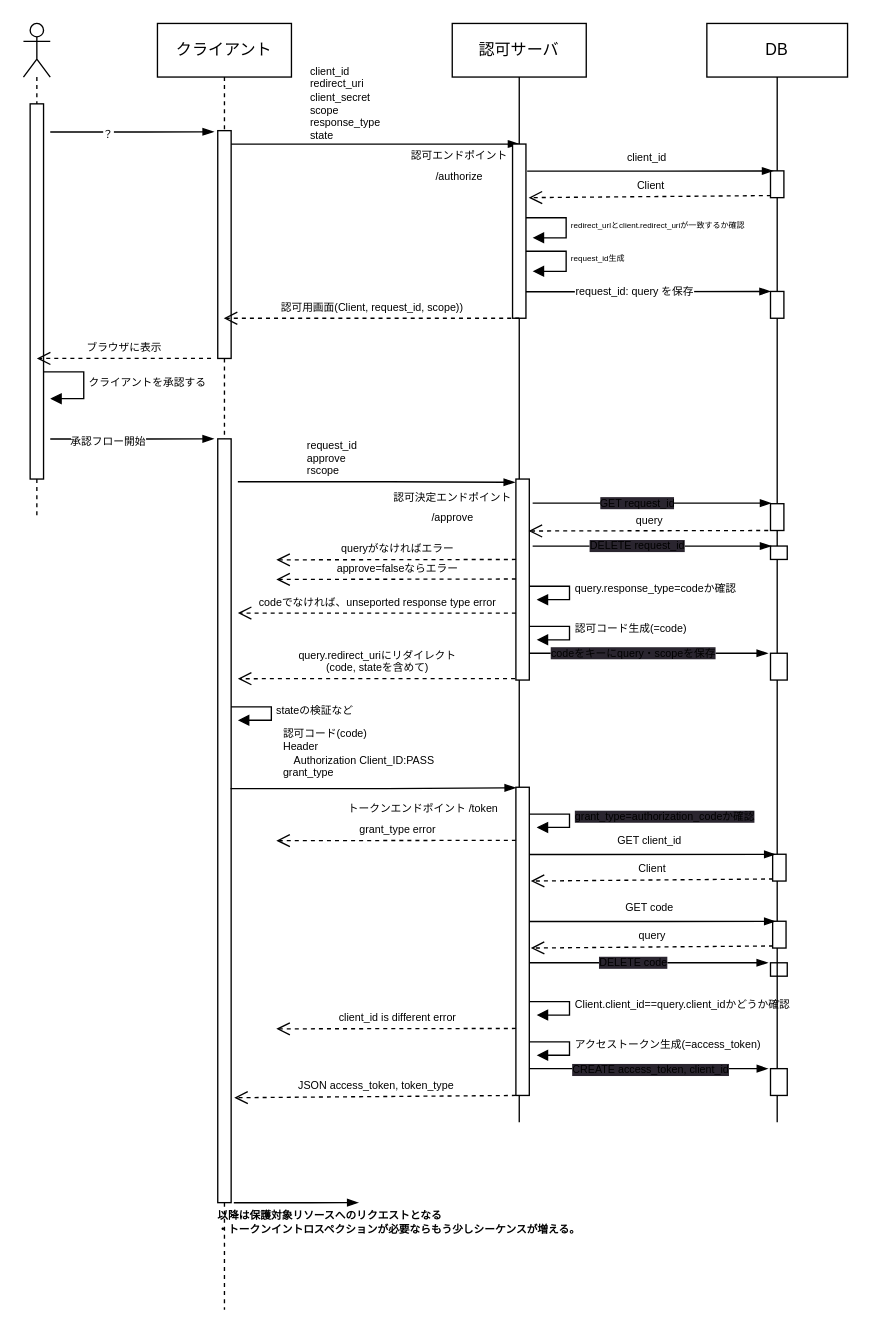
KEN3pei/oauth-hands-on keeps this draw.io diagram as Authorization_Code_Flow(authorize_server).drawio. Above is the earlier version. Source tidied: cells renumbered, new cells numbered last; positions are measured from the earlier drawing's top-left corner, leaving out a move shared by most shapes. Both pictures are drawn from the tidied source at 134%, with x=0, y=0 at pixel (23, 23).
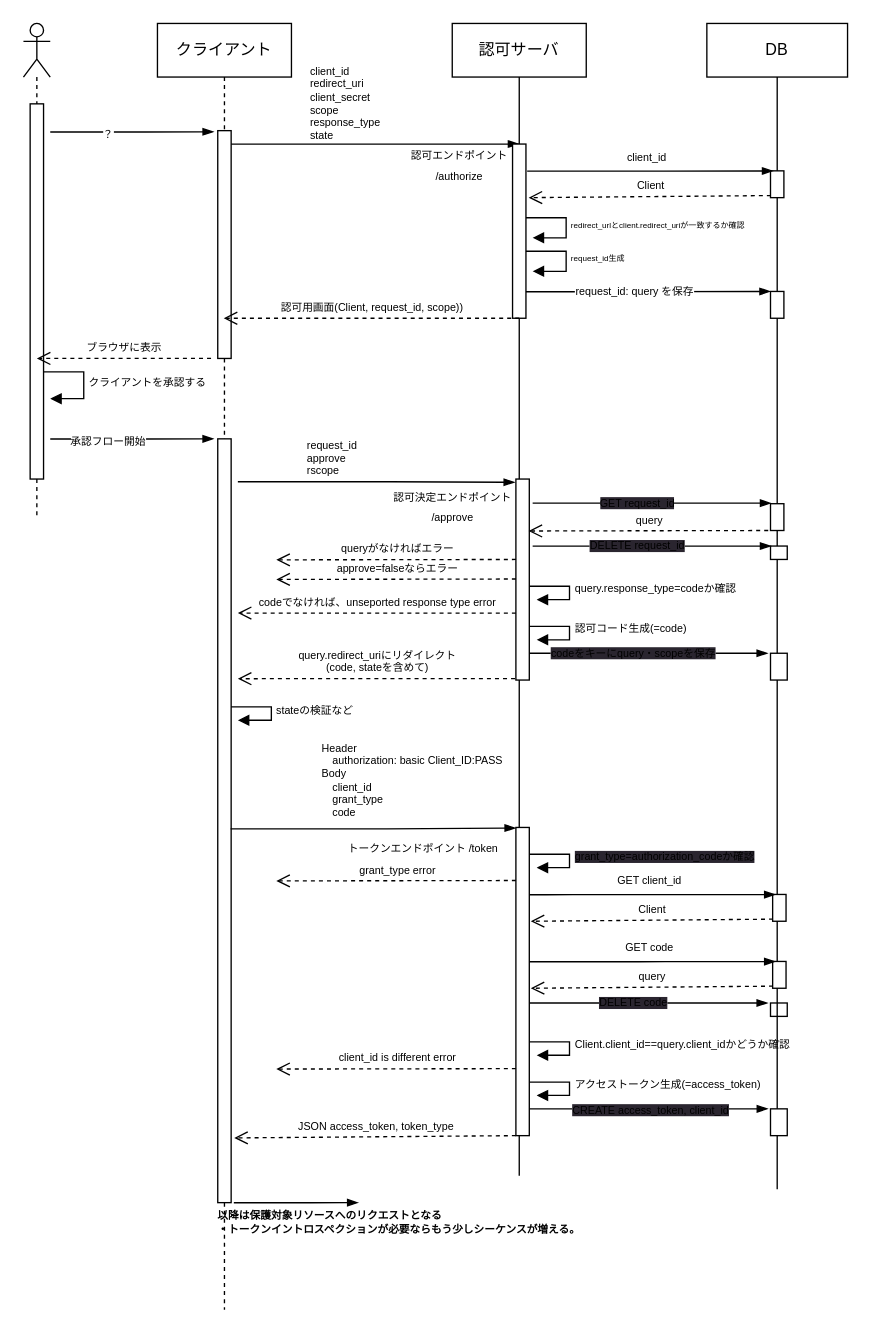
After the change.

Commit message (it also covers changes not shown here):
認可コードフローの図を追加・整理

Unchanged cells that the change refers to:
```xml
<mxCell id="5" style="html=1;points=[];perimeter=orthogonalPerimeter;" parent="2" vertex="1">
  <mxGeometry x="45" y="310" width="10" height="570" as="geometry" />
</mxCell>
```

What changed in the source:
```diff
@@
     <mxCell id="7" value="認可サーバ" style="shape=umlLifeline;perimeter=lifelinePerimeter;whiteSpace=wrap;html=1;lifelineDashed=0;" parent="1" vertex="1">
-      <mxGeometry x="320" width="100" height="820" as="geometry" />
+      <mxGeometry x="320" width="100" height="860" as="geometry" />
     </mxCell>
@@
     <mxCell id="17" value="Client.client_id==query.client_idかどうか確認" style="edgeStyle=orthogonalEdgeStyle;html=1;align=left;spacingLeft=2;endArrow=block;rounded=0;fontSize=8;" parent="7" edge="1">
       <mxGeometry relative="1" as="geometry">
-        <mxPoint x="57.5" y="730" as="sourcePoint" />
-        <mxPoint x="63" y="740" as="targetPoint" />
+        <mxPoint x="57.5" y="760" as="sourcePoint" />
+        <mxPoint x="63" y="770" as="targetPoint" />
         <Array as="points">
-          <mxPoint x="87.5" y="730" />
+          <mxPoint x="87.5" y="760" />
         </Array>
       </mxGeometry>
     </mxCell>
@@
     <mxCell id="23" value="&lt;span style=&quot;background-color: rgb(42, 37, 47);&quot;&gt;grant_type=authorization_codeか確認&lt;/span&gt;" style="edgeStyle=orthogonalEdgeStyle;html=1;align=left;spacingLeft=2;endArrow=block;rounded=0;fontSize=8;" parent="7" edge="1">
       <mxGeometry relative="1" as="geometry">
-        <mxPoint x="57.5" y="590" as="sourcePoint" />
-        <mxPoint x="63" y="600" as="targetPoint" />
+        <mxPoint x="57.5" y="620" as="sourcePoint" />
+        <mxPoint x="63" y="630" as="targetPoint" />
         <Array as="points">
-          <mxPoint x="87.5" y="590" />
+          <mxPoint x="87.5" y="620" />
         </Array>
       </mxGeometry>
     </mxCell>
     <mxCell id="24" value="アクセストークン生成(=access_token)" style="edgeStyle=orthogonalEdgeStyle;html=1;align=left;spacingLeft=2;endArrow=block;rounded=0;fontSize=8;" parent="7" edge="1">
       <mxGeometry relative="1" as="geometry">
-        <mxPoint x="57.5" y="760" as="sourcePoint" />
-        <mxPoint x="63" y="770" as="targetPoint" />
+        <mxPoint x="57.5" y="790" as="sourcePoint" />
+        <mxPoint x="63" y="800" as="targetPoint" />
         <Array as="points">
-          <mxPoint x="87.5" y="760" />
+          <mxPoint x="87.5" y="790" />
         </Array>
       </mxGeometry>
     </mxCell>
     <mxCell id="25" style="edgeStyle=elbowEdgeStyle;fontSize=12;html=1;endArrow=blockThin;endFill=1;entryX=0.212;entryY=0.005;entryDx=0;entryDy=0;entryPerimeter=0;" parent="7" edge="1">
       <mxGeometry relative="1" as="geometry">
-        <mxPoint x="57.5" y="701" as="sourcePoint" />
-        <mxPoint x="235.6" y="701" as="targetPoint" />
+        <mxPoint x="57.5" y="731" as="sourcePoint" />
+        <mxPoint x="235.6" y="731" as="targetPoint" />
       </mxGeometry>
     </mxCell>
@@
     <mxCell id="27" style="html=1;perimeter=orthogonalPerimeter;" parent="7" vertex="1">
-      <mxGeometry x="237.5" y="701" width="12.5" height="10" as="geometry" />
+      <mxGeometry x="237.5" y="731" width="12.5" height="10" as="geometry" />
     </mxCell>
     <mxCell id="28" value="client_id is different error" style="html=1;verticalAlign=bottom;endArrow=open;dashed=1;endSize=8;fontSize=8;exitX=0.03;exitY=0.922;exitDx=0;exitDy=0;exitPerimeter=0;entryX=1.018;entryY=0.969;entryDx=0;entryDy=0;entryPerimeter=0;" parent="7" edge="1">
       <mxGeometry relative="1" as="geometry">
-        <mxPoint x="47.5" y="750" as="sourcePoint" />
-        <mxPoint x="-131.3" y="750.3" as="targetPoint" />
+        <mxPoint x="47.5" y="780" as="sourcePoint" />
+        <mxPoint x="-131.3" y="780.3" as="targetPoint" />
       </mxGeometry>
     </mxCell>
@@
     <mxCell id="31" value="DB" style="shape=umlLifeline;perimeter=lifelinePerimeter;whiteSpace=wrap;html=1;lifelineDashed=0;" parent="1" vertex="1">
-      <mxGeometry x="510" width="105" height="820" as="geometry" />
+      <mxGeometry x="510" width="105" height="870" as="geometry" />
     </mxCell>
@@
     <mxCell id="37" style="html=1;perimeter=orthogonalPerimeter;" parent="31" vertex="1">
-      <mxGeometry x="47.5" y="780" width="12.5" height="20" as="geometry" />
+      <mxGeometry x="47.5" y="810" width="12.5" height="20" as="geometry" />
     </mxCell>
@@
     <mxCell id="57" style="html=1;perimeter=orthogonalPerimeter;" parent="1" vertex="1">
-      <mxGeometry x="367.5" y="570" width="10" height="230" as="geometry" />
+      <mxGeometry x="367.5" y="600" width="10" height="230" as="geometry" />
     </mxCell>
-    <mxCell id="58" style="edgeStyle=elbowEdgeStyle;fontSize=12;html=1;endArrow=blockThin;endFill=1;entryX=-0.068;entryY=0.016;entryDx=0;entryDy=0;entryPerimeter=0;exitX=0.956;exitY=0.458;exitDx=0;exitDy=0;exitPerimeter=0;" parent="1" edge="1" source="5">
+    <mxCell id="58" style="edgeStyle=elbowEdgeStyle;fontSize=12;html=1;endArrow=blockThin;endFill=1;entryX=-0.068;entryY=0.016;entryDx=0;entryDy=0;entryPerimeter=0;exitX=0.956;exitY=0.458;exitDx=0;exitDy=0;exitPerimeter=0;" parent="1" edge="1">
       <mxGeometry relative="1" as="geometry">
-        <mxPoint x="367.5" y="570.4" as="targetPoint" />
+        <mxPoint x="154.6" y="601.1" as="sourcePoint" />
+        <mxPoint x="367.5" y="600.4" as="targetPoint" />
       </mxGeometry>
     </mxCell>
-    <mxCell id="59" value="&lt;div style=&quot;text-align: left;&quot;&gt;&lt;span style=&quot;background-color: initial;&quot;&gt;認可コード(code)&lt;/span&gt;&lt;/div&gt;&lt;div style=&quot;text-align: left;&quot;&gt;&lt;span style=&quot;background-color: initial;&quot;&gt;Header&lt;/span&gt;&lt;/div&gt;&lt;div style=&quot;text-align: left;&quot;&gt;&lt;span style=&quot;background-color: initial;&quot;&gt;　Authorization Client_ID:PASS&lt;/span&gt;&lt;/div&gt;&lt;div style=&quot;text-align: left;&quot;&gt;&lt;span style=&quot;background-color: initial;&quot;&gt;grant_type&lt;/span&gt;&lt;/div&gt;" style="text;html=1;align=center;verticalAlign=middle;strokeColor=none;fillColor=none;fontSize=8;" parent="1" vertex="1">
-      <mxGeometry x="180" y="520" width="140" height="50" as="geometry" />
+    <mxCell id="59" value="&lt;div style=&quot;text-align: left;&quot;&gt;&lt;span style=&quot;background-color: initial;&quot;&gt;Header&lt;/span&gt;&lt;br&gt;&lt;/div&gt;&lt;div style=&quot;text-align: left;&quot;&gt;&lt;span style=&quot;background-color: initial;&quot;&gt;　authorization: basic Client_ID:PASS&lt;/span&gt;&lt;/div&gt;&lt;div style=&quot;text-align: left;&quot;&gt;&lt;span style=&quot;background-color: initial;&quot;&gt;Body&lt;/span&gt;&lt;/div&gt;&lt;div style=&quot;text-align: left;&quot;&gt;　client_id&lt;/div&gt;&lt;div style=&quot;text-align: left;&quot;&gt;&lt;span style=&quot;background-color: initial;&quot;&gt;　grant_type&lt;/span&gt;&lt;/div&gt;&lt;div style=&quot;text-align: left;&quot;&gt;　code&lt;span style=&quot;background-color: initial;&quot;&gt;&lt;br&gt;&lt;/span&gt;&lt;/div&gt;" style="text;html=1;align=center;verticalAlign=middle;strokeColor=none;fillColor=none;fontSize=8;" parent="1" vertex="1">
+      <mxGeometry x="210" y="530" width="160" height="70" as="geometry" />
     </mxCell>
     <mxCell id="60" value="&lt;font style=&quot;font-size: 8px;&quot;&gt;トークンエンドポイント /token&lt;br&gt;&lt;/font&gt;" style="text;html=1;align=center;verticalAlign=middle;strokeColor=none;fillColor=none;" parent="1" vertex="1">
-      <mxGeometry x="227.5" y="570" width="140" height="30" as="geometry" />
+      <mxGeometry x="227.5" y="600" width="140" height="30" as="geometry" />
     </mxCell>
     <mxCell id="61" style="html=1;points=[];perimeter=orthogonalPerimeter;" parent="1" vertex="1">
-      <mxGeometry x="559.1" y="620" width="10" height="20" as="geometry" />
+      <mxGeometry x="559.1" y="650" width="10" height="20" as="geometry" />
     </mxCell>
     <mxCell id="62" style="edgeStyle=elbowEdgeStyle;fontSize=12;html=1;endArrow=blockThin;endFill=1;entryX=0.212;entryY=0.005;entryDx=0;entryDy=0;entryPerimeter=0;exitX=1.009;exitY=0.63;exitDx=0;exitDy=0;exitPerimeter=0;" parent="1" edge="1" target="61">
       <mxGeometry relative="1" as="geometry">
-        <mxPoint x="377.5" y="620.2" as="sourcePoint" />
+        <mxPoint x="377.5" y="650.2" as="sourcePoint" />
         <Array as="points">
-          <mxPoint x="400" y="580" />
+          <mxPoint x="400" y="610" />
         </Array>
       </mxGeometry>
     </mxCell>
     <mxCell id="63" value="GET client_id" style="text;html=1;align=center;verticalAlign=middle;strokeColor=none;fillColor=none;fontSize=8;" parent="1" vertex="1">
-      <mxGeometry x="431.6" y="600" width="70" height="20" as="geometry" />
+      <mxGeometry x="431.6" y="630" width="70" height="20" as="geometry" />
     </mxCell>
     <mxCell id="64" value="Client" style="html=1;verticalAlign=bottom;endArrow=open;dashed=1;endSize=8;fontSize=8;exitX=0.03;exitY=0.922;exitDx=0;exitDy=0;exitPerimeter=0;" parent="1" edge="1" source="61">
       <mxGeometry relative="1" as="geometry">
-        <mxPoint x="378.6" y="640" as="targetPoint" />
+        <mxPoint x="378.6" y="670" as="targetPoint" />
       </mxGeometry>
     </mxCell>
     <mxCell id="65" style="html=1;points=[];perimeter=orthogonalPerimeter;" parent="1" vertex="1">
-      <mxGeometry x="559.1" y="670" width="10" height="20" as="geometry" />
+      <mxGeometry x="559.1" y="700" width="10" height="20" as="geometry" />
     </mxCell>
     <mxCell id="66" style="edgeStyle=elbowEdgeStyle;fontSize=12;html=1;endArrow=blockThin;endFill=1;entryX=0.212;entryY=0.005;entryDx=0;entryDy=0;entryPerimeter=0;exitX=1.009;exitY=0.63;exitDx=0;exitDy=0;exitPerimeter=0;" parent="1" edge="1" target="65">
       <mxGeometry relative="1" as="geometry">
-        <mxPoint x="377.5" y="670.2" as="sourcePoint" />
+        <mxPoint x="377.5" y="700.2" as="sourcePoint" />
       </mxGeometry>
     </mxCell>
     <mxCell id="67" value="GET code" style="text;html=1;align=center;verticalAlign=middle;strokeColor=none;fillColor=none;fontSize=8;" parent="1" vertex="1">
-      <mxGeometry x="436.6" y="650" width="60" height="20" as="geometry" />
+      <mxGeometry x="436.6" y="680" width="60" height="20" as="geometry" />
     </mxCell>
     <mxCell id="68" value="query" style="html=1;verticalAlign=bottom;endArrow=open;dashed=1;endSize=8;fontSize=8;exitX=0.03;exitY=0.922;exitDx=0;exitDy=0;exitPerimeter=0;" parent="1" edge="1" source="65">
       <mxGeometry relative="1" as="geometry">
-        <mxPoint x="378.6" y="690" as="targetPoint" />
+        <mxPoint x="378.6" y="720" as="targetPoint" />
       </mxGeometry>
     </mxCell>
     <mxCell id="69" style="edgeStyle=elbowEdgeStyle;fontSize=12;html=1;endArrow=blockThin;endFill=1;entryX=0.212;entryY=0.005;entryDx=0;entryDy=0;entryPerimeter=0;" parent="1" edge="1">
       <mxGeometry relative="1" as="geometry">
-        <mxPoint x="377.5" y="780" as="sourcePoint" />
-        <mxPoint x="555.7" y="780" as="targetPoint" />
+        <mxPoint x="377.5" y="810" as="sourcePoint" />
+        <mxPoint x="555.7" y="810" as="targetPoint" />
       </mxGeometry>
     </mxCell>
@@
     <mxCell id="71" value="JSON access_token, token_type" style="html=1;verticalAlign=bottom;endArrow=open;dashed=1;endSize=8;fontSize=8;exitX=-0.062;exitY=0.993;exitDx=0;exitDy=0;exitPerimeter=0;entryX=1.168;entryY=0.669;entryDx=0;entryDy=0;entryPerimeter=0;" parent="1" edge="1">
       <mxGeometry relative="1" as="geometry">
-        <mxPoint x="367.5" y="800" as="sourcePoint" />
-        <mxPoint x="157.3" y="801.7" as="targetPoint" />
+        <mxPoint x="367.5" y="830" as="sourcePoint" />
+        <mxPoint x="157.3" y="831.7" as="targetPoint" />
       </mxGeometry>
     </mxCell>
@@
     <mxCell id="75" value="grant_type error" style="html=1;verticalAlign=bottom;endArrow=open;dashed=1;endSize=8;fontSize=8;exitX=0.03;exitY=0.922;exitDx=0;exitDy=0;exitPerimeter=0;entryX=1.018;entryY=0.969;entryDx=0;entryDy=0;entryPerimeter=0;" parent="1" edge="1">
       <mxGeometry relative="1" as="geometry">
-        <mxPoint x="367.5" y="609.6" as="sourcePoint" />
-        <mxPoint x="188.7" y="609.9" as="targetPoint" />
+        <mxPoint x="367.5" y="639.6" as="sourcePoint" />
+        <mxPoint x="188.7" y="639.9" as="targetPoint" />
       </mxGeometry>
     </mxCell>
```
